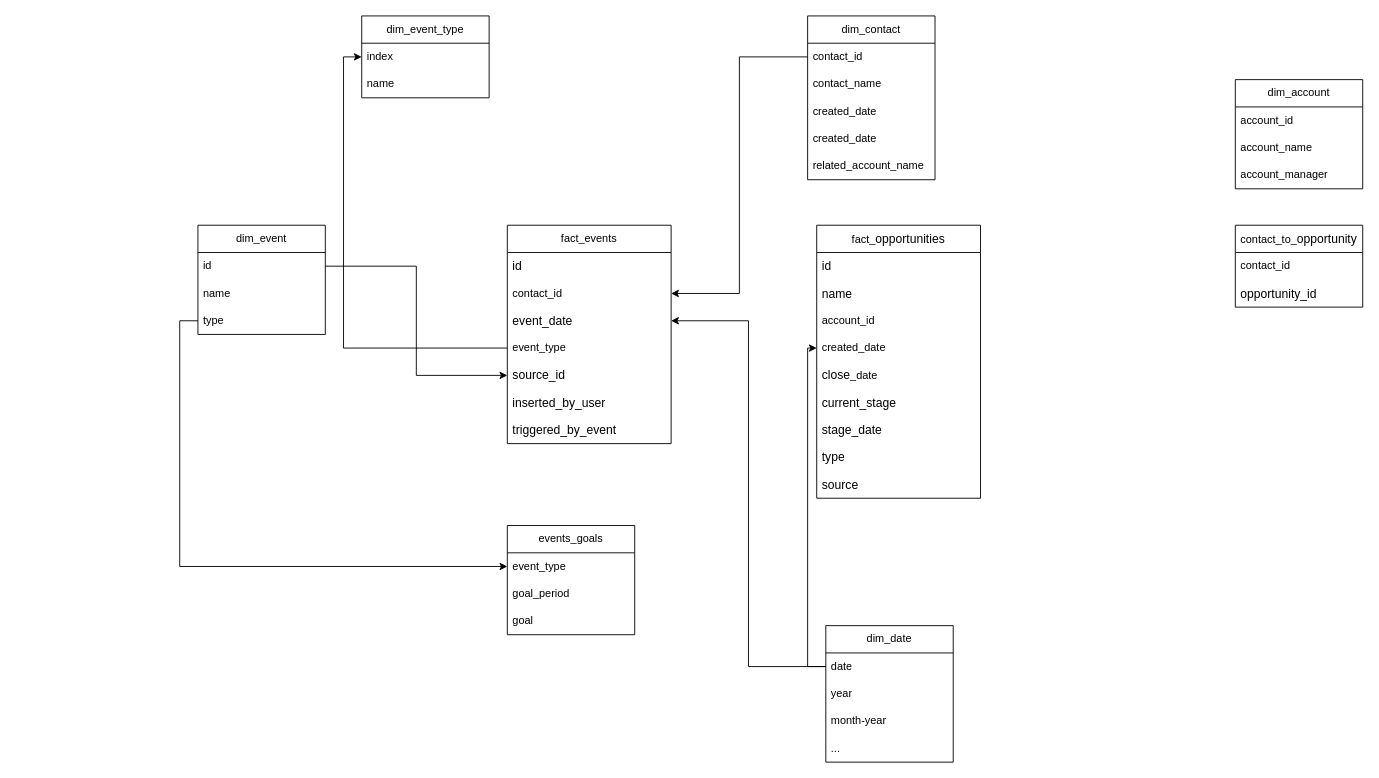
Before: 📊 BI & Data Business Spec Document- GTM-marketing report.drawio in talc87/priority_data_pipeline_postgres_db, a draw.io diagram. Source tidied: cells renumbered, new cells numbered last; positions are measured from the earlier drawing's top-left corner, leaving out a move shared by most shapes. Both pictures are drawn from the tidied source at 91%, with x=0, y=0 at pixel (197, 15).
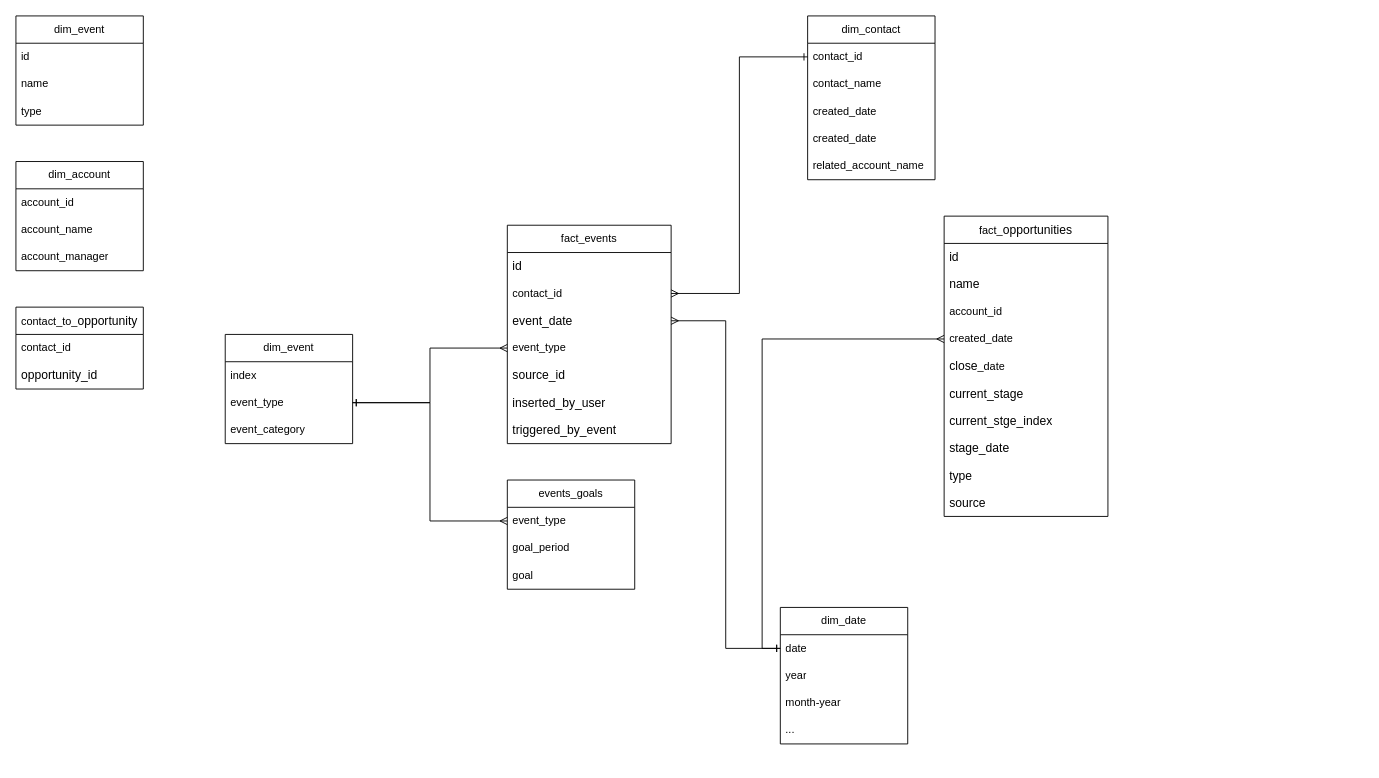
After the change.

The change refers to these unchanged cells:
```xml
<mxCell id="7" value="contact_id" style="text;strokeColor=none;fillColor=none;align=left;verticalAlign=middle;spacingLeft=4;spacingRight=4;overflow=hidden;points=[[0,0.5],[1,0.5]];portConstraint=eastwest;whiteSpace=wrap;html=1;" parent="6" vertex="1">
  <mxGeometry y="30" width="140" height="30" as="geometry" />
</mxCell>
<mxCell id="16" value="created_date" style="text;strokeColor=none;fillColor=none;align=left;verticalAlign=middle;spacingLeft=4;spacingRight=4;overflow=hidden;points=[[0,0.5],[1,0.5]];portConstraint=eastwest;whiteSpace=wrap;html=1;" parent="12" vertex="1">
  <mxGeometry y="120" width="180" height="30" as="geometry" />
</mxCell>
<mxCell id="24" value="contact_id" style="text;strokeColor=none;fillColor=none;align=left;verticalAlign=middle;spacingLeft=4;spacingRight=4;overflow=hidden;points=[[0,0.5],[1,0.5]];portConstraint=eastwest;whiteSpace=wrap;html=1;" parent="22" vertex="1">
  <mxGeometry y="60" width="180" height="30" as="geometry" />
</mxCell>
<mxCell id="25" value="&lt;font face=&quot;Arial, sans-serif&quot;&gt;&lt;span style=&quot;font-size: 13.3333px; white-space-collapse: preserve;&quot;&gt;event_date&lt;/span&gt;&lt;/font&gt;" style="text;strokeColor=none;fillColor=none;align=left;verticalAlign=middle;spacingLeft=4;spacingRight=4;overflow=hidden;points=[[0,0.5],[1,0.5]];portConstraint=eastwest;whiteSpace=wrap;html=1;" parent="22" vertex="1">
  <mxGeometry y="90" width="180" height="30" as="geometry" />
</mxCell>
<mxCell id="26" value="event_type" style="text;strokeColor=none;fillColor=none;align=left;verticalAlign=middle;spacingLeft=4;spacingRight=4;overflow=hidden;points=[[0,0.5],[1,0.5]];portConstraint=eastwest;whiteSpace=wrap;html=1;" parent="22" vertex="1">
  <mxGeometry y="120" width="180" height="30" as="geometry" />
</mxCell>
<mxCell id="27" value="&lt;span style=&quot;font-family: Arial, sans-serif; font-size: 13.3333px; white-space-collapse: preserve;&quot;&gt;source_id&lt;/span&gt;" style="text;strokeColor=none;fillColor=none;align=left;verticalAlign=middle;spacingLeft=4;spacingRight=4;overflow=hidden;points=[[0,0.5],[1,0.5]];portConstraint=eastwest;whiteSpace=wrap;html=1;" parent="22" vertex="1">
  <mxGeometry y="150" width="180" height="30" as="geometry" />
</mxCell>
<mxCell id="31" value="event_type" style="text;strokeColor=none;fillColor=none;align=left;verticalAlign=middle;spacingLeft=4;spacingRight=4;overflow=hidden;points=[[0,0.5],[1,0.5]];portConstraint=eastwest;whiteSpace=wrap;html=1;" parent="30" vertex="1">
  <mxGeometry y="30" width="140" height="30" as="geometry" />
</mxCell>
<mxCell id="35" value="date" style="text;strokeColor=none;fillColor=none;align=left;verticalAlign=middle;spacingLeft=4;spacingRight=4;overflow=hidden;points=[[0,0.5],[1,0.5]];portConstraint=eastwest;whiteSpace=wrap;html=1;" parent="34" vertex="1">
  <mxGeometry y="30" width="140" height="30" as="geometry" />
</mxCell>
<mxCell id="43" value="id" style="text;strokeColor=none;fillColor=none;align=left;verticalAlign=middle;spacingLeft=4;spacingRight=4;overflow=hidden;points=[[0,0.5],[1,0.5]];portConstraint=eastwest;whiteSpace=wrap;html=1;" parent="42" vertex="1">
  <mxGeometry y="30" width="140" height="30" as="geometry" />
</mxCell>
<mxCell id="45" value="type" style="text;strokeColor=none;fillColor=none;align=left;verticalAlign=middle;spacingLeft=4;spacingRight=4;overflow=hidden;points=[[0,0.5],[1,0.5]];portConstraint=eastwest;whiteSpace=wrap;html=1;" parent="42" vertex="1">
  <mxGeometry y="90" width="140" height="30" as="geometry" />
</mxCell>
<mxCell id="49" value="&lt;span style=&quot;text-align: center;&quot;&gt;index&lt;/span&gt;" style="text;strokeColor=none;fillColor=none;align=left;verticalAlign=middle;spacingLeft=4;spacingRight=4;overflow=hidden;points=[[0,0.5],[1,0.5]];portConstraint=eastwest;whiteSpace=wrap;html=1;" parent="48" vertex="1">
  <mxGeometry y="30" width="140" height="30" as="geometry" />
</mxCell>
```

What changed in the source:
```diff
@@
     <mxCell id="2" value="dim_account" style="swimlane;fontStyle=0;horizontal=1;startSize=30;whiteSpace=wrap;html=1;" parent="1" vertex="1">
-      <mxGeometry x="1140" y="70" width="140" height="120" as="geometry" />
+      <mxGeometry x="-200" y="160" width="140" height="120" as="geometry" />
     </mxCell>
@@
     <mxCell id="12" value="fact_&lt;span id=&quot;docs-internal-guid-ff676012-7fff-e291-a24d-76525ae4b578&quot;&gt;&lt;span style=&quot;font-size: 10pt; font-family: Arial, sans-serif; background-color: transparent; font-variant-numeric: normal; font-variant-east-asian: normal; font-variant-alternates: normal; font-variant-position: normal; font-variant-emoji: normal; vertical-align: baseline; white-space-collapse: preserve;&quot;&gt;opportunities&lt;/span&gt;&lt;/span&gt;" style="swimlane;fontStyle=0;horizontal=1;startSize=30;whiteSpace=wrap;html=1;" parent="1" vertex="1">
-      <mxGeometry x="680" y="230" width="180" height="300" as="geometry" />
+      <mxGeometry x="820" y="220" width="180" height="330" as="geometry" />
     </mxCell>
@@
+    <mxCell id="55" value="&lt;span style=&quot;font-family: Arial, sans-serif; font-size: 13.3333px; white-space-collapse: preserve;&quot;&gt;current_stge_index&lt;/span&gt;" style="text;strokeColor=none;fillColor=none;align=left;verticalAlign=middle;spacingLeft=4;spacingRight=4;overflow=hidden;whiteSpace=wrap;html=1;" parent="12" vertex="1">
+      <mxGeometry y="210" width="180" height="30" as="geometry" />
+    </mxCell>
     <mxCell id="19" value="&lt;span style=&quot;font-family: Arial, sans-serif; font-size: 13.3333px; white-space-collapse: preserve;&quot;&gt;stage_date&lt;/span&gt;" style="text;strokeColor=none;fillColor=none;align=left;verticalAlign=middle;spacingLeft=4;spacingRight=4;overflow=hidden;whiteSpace=wrap;html=1;" parent="12" vertex="1">
-      <mxGeometry y="210" width="180" height="30" as="geometry" />
+      <mxGeometry y="240" width="180" height="30" as="geometry" />
     </mxCell>
     <mxCell id="20" value="&lt;span style=&quot;font-family: Arial, sans-serif; font-size: 13.3333px; white-space-collapse: preserve;&quot;&gt;type&lt;/span&gt;" style="text;strokeColor=none;fillColor=none;align=left;verticalAlign=middle;spacingLeft=4;spacingRight=4;overflow=hidden;whiteSpace=wrap;html=1;" parent="12" vertex="1">
-      <mxGeometry y="240" width="180" height="30" as="geometry" />
+      <mxGeometry y="270" width="180" height="30" as="geometry" />
     </mxCell>
     <mxCell id="21" value="&lt;font face=&quot;Arial, sans-serif&quot;&gt;&lt;span style=&quot;font-size: 13.3333px; white-space-collapse: preserve;&quot;&gt;source&lt;/span&gt;&lt;/font&gt;" style="text;strokeColor=none;fillColor=none;align=left;verticalAlign=middle;spacingLeft=4;spacingRight=4;overflow=hidden;whiteSpace=wrap;html=1;" parent="12" vertex="1">
-      <mxGeometry y="270" width="180" height="30" as="geometry" />
+      <mxGeometry y="300" width="180" height="30" as="geometry" />
     </mxCell>
@@
     <mxCell id="30" value="events_goals" style="swimlane;fontStyle=0;horizontal=1;startSize=30;whiteSpace=wrap;html=1;" parent="1" vertex="1">
-      <mxGeometry x="340" y="560" width="140" height="120" as="geometry" />
+      <mxGeometry x="340" y="510" width="140" height="120" as="geometry" />
     </mxCell>
@@
     <mxCell id="34" value="dim_date" style="swimlane;fontStyle=0;horizontal=1;startSize=30;whiteSpace=wrap;html=1;" parent="1" vertex="1">
-      <mxGeometry x="690" y="670" width="140" height="150" as="geometry" />
+      <mxGeometry x="640" y="650" width="140" height="150" as="geometry" />
     </mxCell>
@@
     <mxCell id="39" value="contact_to_&lt;span style=&quot;font-family: Arial, sans-serif; font-size: 13.3333px; text-align: left; white-space-collapse: preserve;&quot;&gt;opportunity&lt;/span&gt;" style="swimlane;fontStyle=0;horizontal=1;startSize=30;whiteSpace=wrap;html=1;" parent="1" vertex="1">
-      <mxGeometry x="1140" y="230" width="140" height="90" as="geometry" />
+      <mxGeometry x="-200" y="320" width="140" height="90" as="geometry" />
     </mxCell>
@@
     <mxCell id="42" value="dim_event" style="swimlane;fontStyle=0;horizontal=1;startSize=30;whiteSpace=wrap;html=1;" parent="1" vertex="1">
-      <mxGeometry y="230" width="140" height="120" as="geometry" />
+      <mxGeometry x="-200" width="140" height="120" as="geometry" />
     </mxCell>
@@
-    <mxCell id="46" style="edgeStyle=orthogonalEdgeStyle;rounded=0;jettySize=auto;html=1;" parent="1" edge="1" source="7" target="24">
+    <mxCell id="46" style="edgeStyle=orthogonalEdgeStyle;rounded=0;jettySize=auto;html=1;endArrow=ERmany;endFill=0;startArrow=ERone;startFill=0;" parent="1" edge="1" source="7" target="24">
       <mxGeometry relative="1" as="geometry" />
     </mxCell>
-    <mxCell id="47" style="edgeStyle=orthogonalEdgeStyle;rounded=0;jettySize=auto;html=1;exitX=0;exitY=0.5;exitDx=0;exitDy=0;entryX=0;entryY=0.5;entryDx=0;entryDy=0;" parent="1" edge="1" source="45" target="31">
-      <mxGeometry relative="1" as="geometry" />
-    </mxCell>
-    <mxCell id="48" value="dim_event_type" style="swimlane;fontStyle=0;horizontal=1;startSize=30;whiteSpace=wrap;html=1;" parent="1" vertex="1">
-      <mxGeometry x="180" width="140" height="90" as="geometry" />
+    <mxCell id="48" value="dim_event" style="swimlane;fontStyle=0;horizontal=1;startSize=30;whiteSpace=wrap;html=1;" parent="1" vertex="1">
+      <mxGeometry x="30" y="350" width="140" height="120" as="geometry" />
     </mxCell>
@@
+    <mxCell id="56" value="event_type" style="text;strokeColor=none;fillColor=none;align=left;verticalAlign=middle;spacingLeft=4;spacingRight=4;overflow=hidden;points=[[0,0.5],[1,0.5]];portConstraint=eastwest;whiteSpace=wrap;html=1;" parent="48" vertex="1">
+      <mxGeometry y="60" width="140" height="30" as="geometry" />
+    </mxCell>
-    <mxCell id="50" value="name" style="text;strokeColor=none;fillColor=none;align=left;verticalAlign=middle;spacingLeft=4;spacingRight=4;overflow=hidden;whiteSpace=wrap;html=1;" parent="48" vertex="1">
-      <mxGeometry y="60" width="140" height="30" as="geometry" />
+    <mxCell id="50" value="event_category" style="text;strokeColor=none;fillColor=none;align=left;verticalAlign=middle;spacingLeft=4;spacingRight=4;overflow=hidden;whiteSpace=wrap;html=1;" parent="48" vertex="1">
+      <mxGeometry y="90" width="140" height="30" as="geometry" />
     </mxCell>
-    <mxCell id="51" style="edgeStyle=orthogonalEdgeStyle;rounded=0;jettySize=auto;html=1;entryX=0;entryY=0.5;entryDx=0;entryDy=0;" parent="1" edge="1" source="26" target="49">
+    <mxCell id="51" style="edgeStyle=orthogonalEdgeStyle;rounded=0;jettySize=auto;html=1;entryX=1;entryY=0.5;entryDx=0;entryDy=0;endArrow=ERone;endFill=0;startArrow=ERmany;startFill=0;" parent="1" edge="1" source="26" target="56">
       <mxGeometry relative="1" as="geometry" />
     </mxCell>
-    <mxCell id="52" style="edgeStyle=orthogonalEdgeStyle;rounded=0;jettySize=auto;html=1;entryX=0;entryY=0.5;entryDx=0;entryDy=0;" parent="1" edge="1" source="43" target="27">
-      <mxGeometry relative="1" as="geometry" />
-    </mxCell>
-    <mxCell id="53" style="edgeStyle=orthogonalEdgeStyle;rounded=0;jettySize=auto;html=1;entryX=1;entryY=0.5;entryDx=0;entryDy=0;" parent="1" edge="1" source="35" target="25">
+    <mxCell id="53" style="edgeStyle=orthogonalEdgeStyle;rounded=0;jettySize=auto;html=1;entryX=1;entryY=0.5;entryDx=0;entryDy=0;endArrow=ERmany;endFill=0;startArrow=ERone;startFill=0;" parent="1" edge="1" source="35" target="25">
       <mxGeometry relative="1" as="geometry" />
     </mxCell>
-    <mxCell id="54" style="edgeStyle=orthogonalEdgeStyle;rounded=0;jettySize=auto;html=1;exitX=0;exitY=0.5;exitDx=0;exitDy=0;entryX=0;entryY=0.5;entryDx=0;entryDy=0;" parent="1" edge="1" source="35" target="16">
+    <mxCell id="54" style="edgeStyle=orthogonalEdgeStyle;rounded=0;jettySize=auto;html=1;exitX=0;exitY=0.5;exitDx=0;exitDy=0;entryX=0;entryY=0.5;entryDx=0;entryDy=0;endArrow=ERmany;endFill=0;startArrow=ERone;startFill=0;" parent="1" edge="1" source="35" target="16">
       <mxGeometry relative="1" as="geometry" />
     </mxCell>
+    <mxCell id="57" style="edgeStyle=orthogonalEdgeStyle;rounded=0;jettySize=auto;html=1;entryX=0;entryY=0.5;entryDx=0;entryDy=0;endArrow=ERmany;endFill=0;startArrow=ERone;startFill=0;exitX=1;exitY=0.5;exitDx=0;exitDy=0;" parent="1" edge="1" source="56" target="31">
+      <mxGeometry relative="1" as="geometry" />
+    </mxCell>
```
